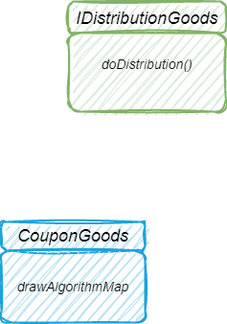
The draw.io diagram Lottery/奖品发放1.0.drawio.png in youjizi/images, before a commit. Source tidied: cells renumbered, new cells last; positions are measured from the earlier drawing's top-left corner, leaving out a move shared by most shapes.
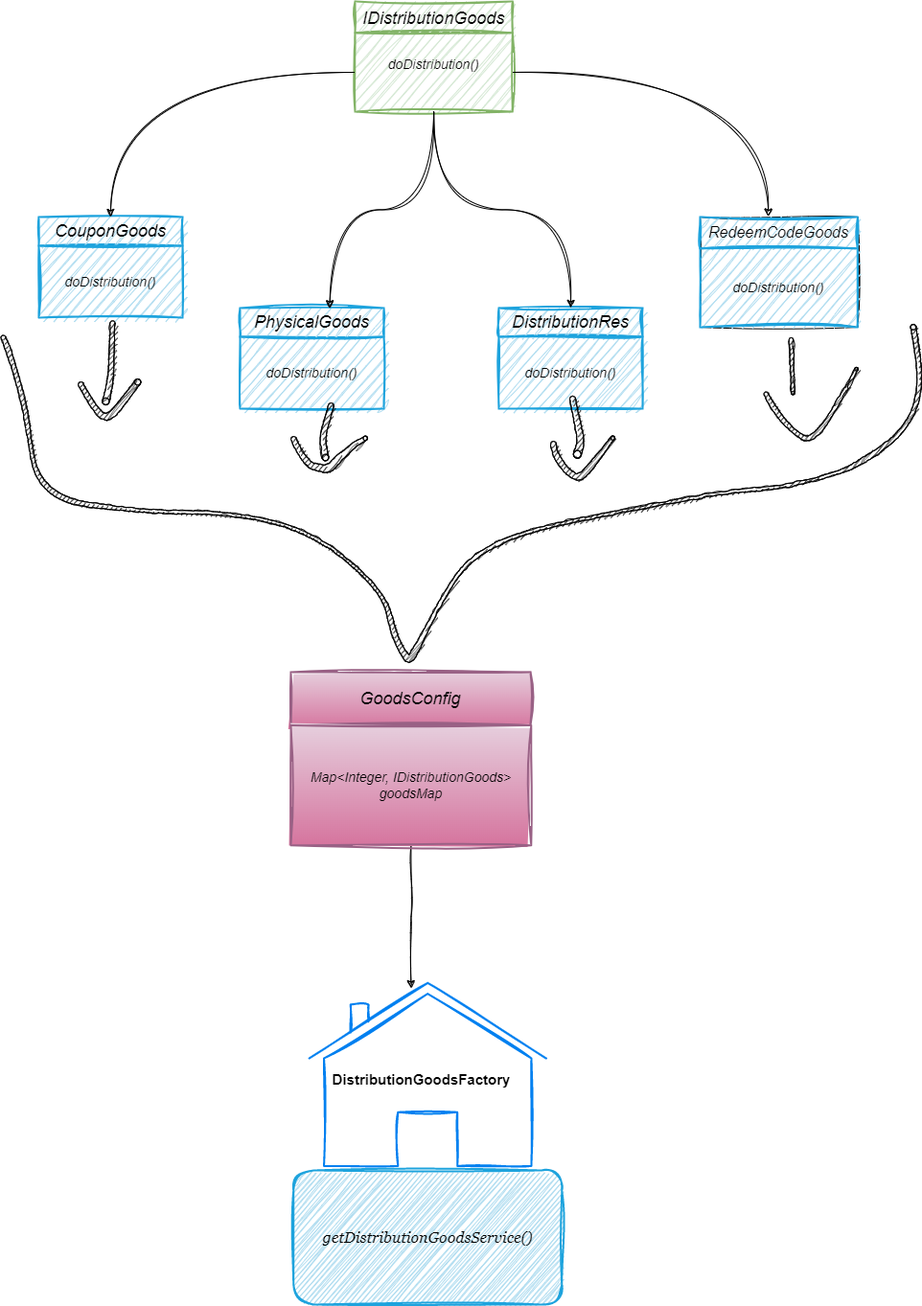
The same diagram one commit later.

Commit message:
更新奖品发放1.0.drawio.png

Diff of the diagram source:
```diff
@@ -2,23 +2,112 @@
   <root>
     <mxCell id="0" />
     <mxCell id="1" parent="0" />
-    <mxCell id="2" style="group;" parent="1" vertex="1">
-      <mxGeometry x="70" width="164.3" height="115" as="geometry" />
+    <mxCell id="2" style="group;rounded=0;sketch=1;curveFitting=1;jiggle=2;" parent="1" vertex="1">
+      <mxGeometry x="100" y="-100" width="164.3" height="115" as="geometry" />
     </mxCell>
-    <mxCell id="3" value="doDistribution()&#10;" style="rounded=1;fillColor=#d5e8d4;strokeColor=#82b366;strokeWidth=2;glass=0;shadow=0;perimeterSpacing=0;fillStyle=auto;fontFamily=Helvetica;fontSize=14;fontColor=#030303;sketch=1;curveFitting=1;jiggle=2;fontStyle=2;verticalAlign=middle;" parent="2" vertex="1">
+    <mxCell id="3" value="doDistribution()&#10;" style="rounded=0;fillColor=#d5e8d4;strokeColor=#82b366;strokeWidth=2;glass=0;shadow=0;perimeterSpacing=0;fillStyle=auto;fontFamily=Helvetica;fontSize=14;fontColor=#030303;fontStyle=2;verticalAlign=middle;sketch=1;curveFitting=1;jiggle=2;" parent="2" vertex="1">
       <mxGeometry y="32.9" width="164.3" height="82.1" as="geometry" />
     </mxCell>
-    <mxCell id="4" value="IDistributionGoods" style="rounded=1;fillColor=#d5e8d4;strokeColor=#82b366;strokeWidth=2;glass=0;shadow=0;perimeterSpacing=0;fillStyle=auto;fontFamily=Helvetica;fontSize=18;fontColor=#030303;sketch=1;curveFitting=1;jiggle=2;fontStyle=2;" parent="2" vertex="1">
+    <mxCell id="4" value="IDistributionGoods" style="rounded=0;fillColor=#d5e8d4;strokeColor=#82b366;strokeWidth=2;glass=0;shadow=0;perimeterSpacing=0;fillStyle=auto;fontFamily=Helvetica;fontSize=18;fontColor=#030303;fontStyle=2;sketch=1;curveFitting=1;jiggle=2;" parent="2" vertex="1">
       <mxGeometry width="164.3" height="32.9" as="geometry" />
     </mxCell>
-    <mxCell id="5" style="group;" parent="1" vertex="1">
-      <mxGeometry y="230" width="150" height="105" as="geometry" />
+    <mxCell id="5" style="group;rounded=0;sketch=1;curveFitting=1;jiggle=2;" parent="1" vertex="1">
+      <mxGeometry x="-230" y="125" width="150" height="105" as="geometry" />
     </mxCell>
-    <mxCell id="6" value="drawAlgorithmMap" style="whiteSpace=wrap;fontSize=14;fontFamily=Helvetica;rounded=1;strokeWidth=2;glass=0;shadow=0;fillStyle=auto;sketch=1;curveFitting=1;jiggle=2;fillColor=#b1ddf0;strokeColor=#1DA3DD;verticalAlign=middle;fontStyle=2;" parent="5" vertex="1">
+    <mxCell id="6" value="doDistribution()" style="whiteSpace=wrap;fontSize=14;fontFamily=Helvetica;rounded=0;strokeWidth=2;glass=0;shadow=0;fillStyle=auto;fillColor=#b1ddf0;strokeColor=#1DA3DD;verticalAlign=middle;fontStyle=2;sketch=1;curveFitting=1;jiggle=2;" parent="5" vertex="1">
       <mxGeometry y="30" width="150" height="75" as="geometry" />
     </mxCell>
-    <mxCell id="7" value="CouponGoods" style="whiteSpace=wrap;fontSize=18;fontFamily=Helvetica;rounded=1;strokeWidth=2;glass=0;shadow=0;fillStyle=auto;sketch=1;curveFitting=1;jiggle=2;fillColor=#b1ddf0;strokeColor=#1DA3DD;verticalAlign=middle;fontStyle=2;" parent="5" vertex="1">
+    <mxCell id="7" value="CouponGoods" style="whiteSpace=wrap;fontSize=18;fontFamily=Helvetica;rounded=0;strokeWidth=2;glass=0;shadow=0;fillStyle=auto;fillColor=#b1ddf0;strokeColor=#1DA3DD;verticalAlign=middle;fontStyle=2;sketch=1;curveFitting=1;jiggle=2;" parent="5" vertex="1">
       <mxGeometry width="150" height="30" as="geometry" />
     </mxCell>
+    <mxCell id="8" style="group;rounded=0;sketch=1;curveFitting=1;jiggle=2;" parent="1" vertex="1">
+      <mxGeometry x="250" y="220" width="150" height="105" as="geometry" />
+    </mxCell>
+    <mxCell id="9" value="doDistribution()" style="whiteSpace=wrap;fontSize=14;fontFamily=Helvetica;rounded=0;strokeWidth=2;glass=0;shadow=0;fillStyle=auto;fillColor=#b1ddf0;strokeColor=#1DA3DD;verticalAlign=middle;fontStyle=2;sketch=1;curveFitting=1;jiggle=2;" parent="8" vertex="1">
+      <mxGeometry y="30" width="150" height="75" as="geometry" />
+    </mxCell>
+    <mxCell id="10" value="DistributionRes" style="whiteSpace=wrap;fontSize=18;fontFamily=Helvetica;rounded=0;strokeWidth=2;glass=0;shadow=0;fillStyle=auto;fillColor=#b1ddf0;strokeColor=#1DA3DD;verticalAlign=middle;fontStyle=2;sketch=1;curveFitting=1;jiggle=2;" parent="8" vertex="1">
+      <mxGeometry width="150" height="30" as="geometry" />
+    </mxCell>
+    <mxCell id="11" style="group;rounded=0;sketch=1;curveFitting=1;jiggle=2;" parent="1" vertex="1">
+      <mxGeometry x="-20" y="220" width="150" height="105" as="geometry" />
+    </mxCell>
+    <mxCell id="12" value="doDistribution()" style="whiteSpace=wrap;fontSize=14;fontFamily=Helvetica;rounded=0;strokeWidth=2;glass=0;shadow=0;fillStyle=auto;fillColor=#b1ddf0;strokeColor=#1DA3DD;verticalAlign=middle;fontStyle=2;sketch=1;curveFitting=1;jiggle=2;" parent="11" vertex="1">
+      <mxGeometry y="30" width="150" height="75" as="geometry" />
+    </mxCell>
+    <mxCell id="13" value="PhysicalGoods" style="whiteSpace=wrap;fontSize=18;fontFamily=Helvetica;rounded=0;strokeWidth=2;glass=0;shadow=0;fillStyle=auto;fillColor=#b1ddf0;strokeColor=#1DA3DD;verticalAlign=middle;fontStyle=2;sketch=1;curveFitting=1;jiggle=2;" parent="11" vertex="1">
+      <mxGeometry width="150" height="30" as="geometry" />
+    </mxCell>
+    <mxCell id="14" style="group;strokeColor=default;rounded=0;sketch=1;curveFitting=1;jiggle=2;" parent="1" vertex="1">
+      <mxGeometry x="460" y="125" width="164.3" height="115" as="geometry" />
+    </mxCell>
+    <mxCell id="15" value="doDistribution()" style="whiteSpace=wrap;fontSize=14;fontFamily=Helvetica;rounded=0;strokeWidth=2;glass=0;shadow=0;fillStyle=auto;fillColor=#b1ddf0;strokeColor=#1DA3DD;verticalAlign=middle;fontStyle=2;sketch=1;curveFitting=1;jiggle=2;" parent="14" vertex="1">
+      <mxGeometry y="32.9" width="164.3" height="82.1" as="geometry" />
+    </mxCell>
+    <mxCell id="16" value="RedeemCodeGoods" style="whiteSpace=wrap;fontSize=16;fontFamily=Helvetica;rounded=0;strokeWidth=2;glass=0;shadow=0;fillStyle=auto;fillColor=#b1ddf0;strokeColor=#1DA3DD;verticalAlign=middle;fontStyle=2;sketch=1;curveFitting=1;jiggle=2;" parent="14" vertex="1">
+      <mxGeometry width="164.3" height="32.9" as="geometry" />
+    </mxCell>
+    <mxCell id="17" style="edgeStyle=orthogonalEdgeStyle;jettySize=auto;html=1;curved=1;rounded=0;sketch=1;curveFitting=1;jiggle=2;" parent="1" edge="1" source="3" target="10">
+      <mxGeometry relative="1" as="geometry" />
+    </mxCell>
+    <mxCell id="18" style="edgeStyle=orthogonalEdgeStyle;jettySize=auto;html=1;entryX=0.433;entryY=-0.015;entryDx=0;entryDy=0;entryPerimeter=0;curved=1;rounded=0;sketch=1;curveFitting=1;jiggle=2;" parent="1" edge="1" source="3" target="16">
+      <mxGeometry relative="1" as="geometry" />
+    </mxCell>
+    <mxCell id="19" style="edgeStyle=orthogonalEdgeStyle;jettySize=auto;html=1;curved=1;rounded=0;sketch=1;curveFitting=1;jiggle=2;" parent="1" edge="1" source="3" target="7">
+      <mxGeometry relative="1" as="geometry" />
+    </mxCell>
+    <mxCell id="20" style="edgeStyle=orthogonalEdgeStyle;jettySize=auto;html=1;entryX=0.624;entryY=0.011;entryDx=0;entryDy=0;entryPerimeter=0;curved=1;rounded=0;sketch=1;curveFitting=1;jiggle=2;" parent="1" edge="1" source="3" target="13">
+      <mxGeometry relative="1" as="geometry" />
+    </mxCell>
+    <mxCell id="21" style="group;rounded=0;sketch=1;curveFitting=1;jiggle=2;" parent="1" vertex="1">
+      <mxGeometry x="33.1" y="600" width="320" height="180.7" as="geometry" />
+    </mxCell>
+    <mxCell id="22" value="GoodsConfig" style="whiteSpace=wrap;fontSize=18;fontFamily=Helvetica;rounded=0;strokeWidth=2;glass=0;shadow=0;fillStyle=auto;fillColor=#e6d0de;strokeColor=#996185;verticalAlign=middle;fontStyle=2;gradientColor=#d5739d;sketch=1;curveFitting=1;jiggle=2;" parent="21" vertex="1">
+      <mxGeometry width="250" height="55.4" as="geometry" />
+    </mxCell>
+    <mxCell id="23" style="edgeStyle=orthogonalEdgeStyle;rounded=0;hachureGap=4;jettySize=auto;html=1;fontFamily=Architects Daughter;fontSource=https%3A%2F%2Ffonts.googleapis.com%2Fcss%3Ffamily%3DArchitects%2BDaughter;fontSize=16;sketch=1;curveFitting=1;jiggle=2;" parent="21" edge="1" source="24">
+      <mxGeometry relative="1" as="geometry">
+        <mxPoint x="125.3" y="330" as="targetPoint" />
+      </mxGeometry>
+    </mxCell>
+    <mxCell id="24" value="Map&lt;Integer, IDistributionGoods&gt; goodsMap" style="whiteSpace=wrap;fontSize=14;fontFamily=Helvetica;rounded=0;strokeWidth=2;glass=0;shadow=0;fillStyle=auto;fillColor=#e6d0de;strokeColor=#996185;verticalAlign=middle;fontStyle=2;gradientColor=#d5739d;sketch=1;curveFitting=1;jiggle=2;" parent="21" vertex="1">
+      <mxGeometry y="55.4" width="250.6" height="125.3" as="geometry" />
+    </mxCell>
+    <mxCell id="25" style="shape=(stored shape, 924 characters);lineShape=1;rounded=0;hachureGap=4;fontFamily=Architects Daughter;fontSource=https%3A%2F%2Ffonts.googleapis.com%2Fcss%3Ffamily%3DArchitects%2BDaughter;fontSize=20;sketch=1;curveFitting=1;jiggle=2;" parent="1" vertex="1">
+      <mxGeometry x="-163.8" y="233.3" width="13.5" height="87.7" as="geometry" />
+    </mxCell>
+    <mxCell id="26" style="shape=(stored shape, 1028 characters);lineShape=1;rounded=0;hachureGap=4;fontFamily=Architects Daughter;fontSource=https%3A%2F%2Ffonts.googleapis.com%2Fcss%3Ffamily%3DArchitects%2BDaughter;fontSize=20;sketch=1;curveFitting=1;jiggle=2;" parent="1" vertex="1">
+      <mxGeometry x="-188.9" y="294.1" width="65.3" height="43" as="geometry" />
+    </mxCell>
+    <mxCell id="27" style="shape=(stored shape, 860 characters);lineShape=1;rounded=0;hachureGap=4;fontFamily=Architects Daughter;fontSource=https%3A%2F%2Ffonts.googleapis.com%2Fcss%3Ffamily%3DArchitects%2BDaughter;fontSize=20;sketch=1;curveFitting=1;jiggle=2;" parent="1" vertex="1">
+      <mxGeometry x="63.4" y="319.1" width="14.5" height="60.2" as="geometry" />
+    </mxCell>
+    <mxCell id="28" style="shape=(stored shape, 972 characters);lineShape=1;rounded=0;hachureGap=4;fontFamily=Architects Daughter;fontSource=https%3A%2F%2Ffonts.googleapis.com%2Fcss%3Ffamily%3DArchitects%2BDaughter;fontSize=20;sketch=1;curveFitting=1;jiggle=2;" parent="1" vertex="1">
+      <mxGeometry x="33.1" y="353.6" width="79.9" height="38.2" as="geometry" />
+    </mxCell>
+    <mxCell id="29" style="shape=(stored shape, 868 characters);lineShape=1;rounded=0;hachureGap=4;fontFamily=Architects Daughter;fontSource=https%3A%2F%2Ffonts.googleapis.com%2Fcss%3Ffamily%3DArchitects%2BDaughter;fontSize=20;sketch=1;curveFitting=1;jiggle=2;" parent="1" vertex="1">
+      <mxGeometry x="324" y="312" width="14.7" height="64.7" as="geometry" />
+    </mxCell>
+    <mxCell id="30" style="shape=(stored shape, 992 characters);lineShape=1;rounded=0;hachureGap=4;fontFamily=Architects Daughter;fontSource=https%3A%2F%2Ffonts.googleapis.com%2Fcss%3Ffamily%3DArchitects%2BDaughter;fontSize=20;sketch=1;curveFitting=1;jiggle=2;" parent="1" vertex="1">
+      <mxGeometry x="304.1" y="353.4" width="66.8" height="46.4" as="geometry" />
+    </mxCell>
+    <mxCell id="31" style="shape=(stored shape, 720 characters);lineShape=1;rounded=0;hachureGap=4;fontFamily=Architects Daughter;fontSource=https%3A%2F%2Ffonts.googleapis.com%2Fcss%3Ffamily%3DArchitects%2BDaughter;fontSize=20;sketch=1;curveFitting=1;jiggle=2;" parent="1" vertex="1">
+      <mxGeometry x="552.9" y="250.9" width="5.8" height="59.5" as="geometry" />
+    </mxCell>
+    <mxCell id="32" style="shape=(stored shape, 1044 characters);lineShape=1;rounded=0;hachureGap=4;fontFamily=Architects Daughter;fontSource=https%3A%2F%2Ffonts.googleapis.com%2Fcss%3Ffamily%3DArchitects%2BDaughter;fontSize=20;sketch=1;curveFitting=1;jiggle=2;" parent="1" vertex="1">
+      <mxGeometry x="526.6" y="281.9" width="98.4" height="76.6" as="geometry" />
+    </mxCell>
+    <mxCell id="33" style="shape=(stored shape, 4100 characters);lineShape=1;rounded=0;hachureGap=4;fontFamily=Architects Daughter;fontSource=https%3A%2F%2Ffonts.googleapis.com%2Fcss%3Ffamily%3DArchitects%2BDaughter;fontSize=20;sketch=1;curveFitting=1;jiggle=2;" parent="1" vertex="1">
+      <mxGeometry x="-269.6" y="237" width="960.7" height="353" as="geometry" />
+    </mxCell>
+    <mxCell id="34" style="html=1;verticalLabelPosition=bottom;align=center;labelBackgroundColor=#ffffff;verticalAlign=top;strokeWidth=2;strokeColor=#0080F0;shadow=0;dashed=0;shape=mxgraph.ios7.icons.home;sketch=1;hachureGap=4;jiggle=2;curveFitting=1;fontFamily=Architects Daughter;fontSource=https%3A%2F%2Ffonts.googleapis.com%2Fcss%3Ffamily%3DArchitects%2BDaughter;fontSize=20;rotation=0;" parent="1" vertex="1">
+      <mxGeometry x="52" y="924.4" width="247.3" height="191" as="geometry" />
+    </mxCell>
+    <mxCell id="35" value="DistributionGoodsFactory" style="text;align=center;verticalAlign=middle;strokeColor=none;fillColor=none;fontSize=15;fontFamily=Helvetica;fontColor=default;fontStyle=1;" parent="1" vertex="1">
+      <mxGeometry x="64.5" y="1009.5" width="210" height="30" as="geometry" />
+    </mxCell>
+    <mxCell id="36" value="getDistributionGoodsService()" style="whiteSpace=wrap;fontSize=16;fontFamily=Georgia;rounded=1;strokeWidth=2;glass=0;shadow=0;fillStyle=auto;sketch=1;curveFitting=1;jiggle=2;fillColor=#b1ddf0;strokeColor=#1DA3DD;verticalAlign=middle;fontStyle=2;hachureGap=4;fontSource=https%3A%2F%2Ffonts.googleapis.com%2Fcss%3Ffamily%3DArchitects%2BDaughter;" parent="1" vertex="1">
+      <mxGeometry x="35.7" y="1120" width="280" height="140" as="geometry" />
+    </mxCell>
   </root>
 </mxGraphModel>
```
